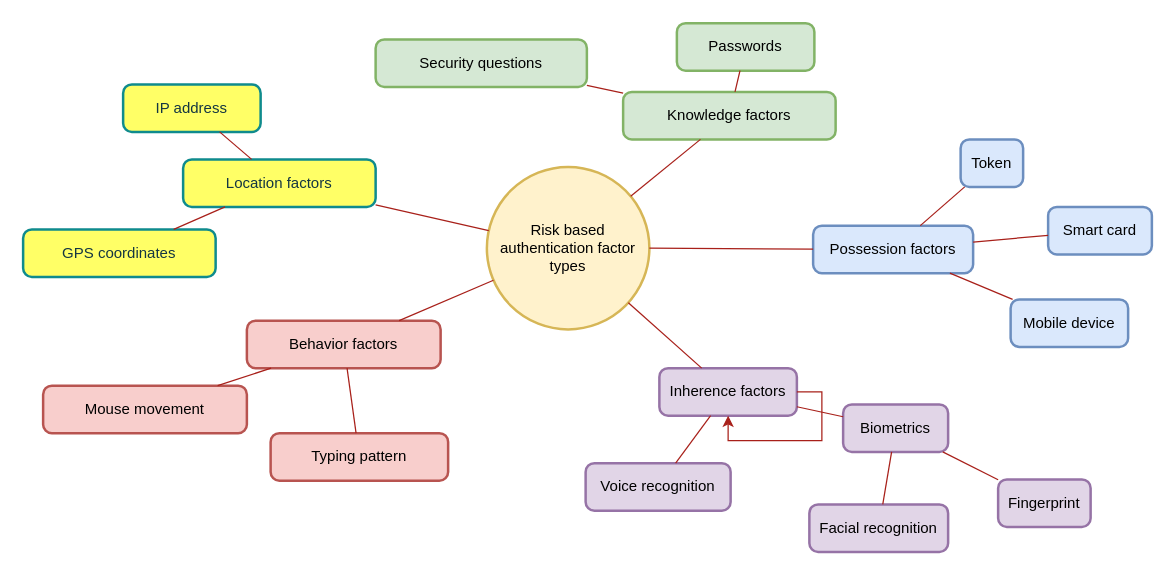
The draw.io diagram AthenticationFactors.drawio in James-Tye/james-tye, before the edit. Source tidied: cells renumbered, new cells numbered last; positions are measured from the earlier drawing's top-left corner, leaving out a move shared by most shapes. Both pictures are drawn from the tidied source at 125%, with x=0, y=0 at pixel (22, 22).
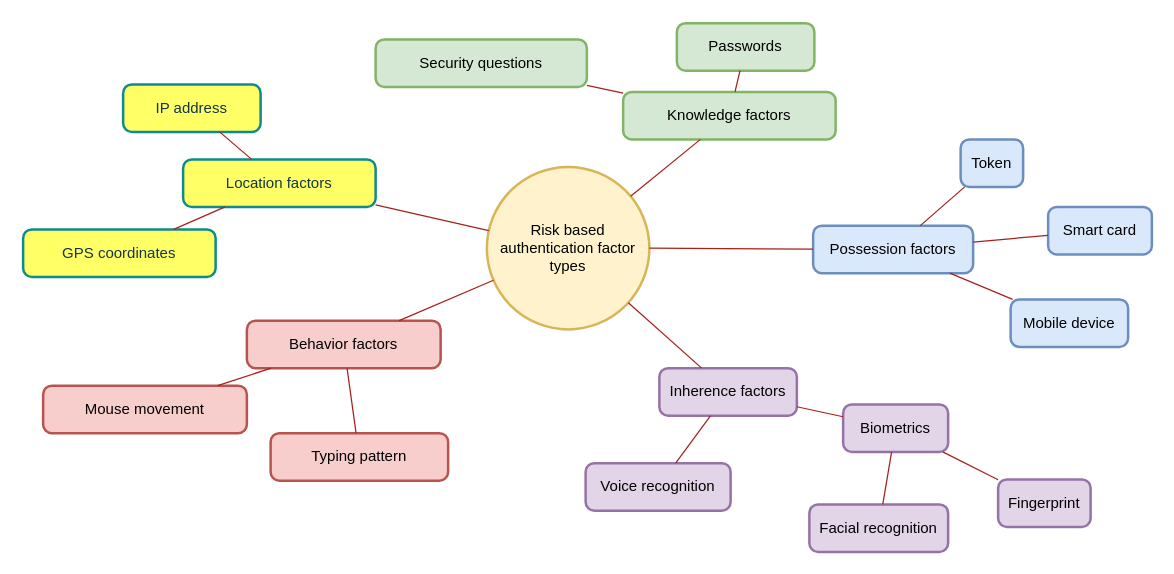
The same diagram, later.

Commit message:
Removed bad line

The change refers to these unchanged cells:
```xml
<mxCell id="10" value="Inherence factors" style="rounded=1;absoluteArcSize=1;arcSize=14;whiteSpace=wrap;strokeWidth=2;labelBackgroundColor=none;fillColor=#e1d5e7;strokeColor=#9673a6;" parent="1" vertex="1">
  <mxGeometry x="509" y="276" width="110" height="38" as="geometry" />
</mxCell>
```

Change to the diagram source:
```diff
@@
-    <mxCell id="39" style="edgeStyle=orthogonalEdgeStyle;rounded=0;orthogonalLoop=1;jettySize=auto;html=1;exitX=1;exitY=0.5;exitDx=0;exitDy=0;strokeColor=#A8201A;fontColor=#143642;fillColor=#FAE5C7;" parent="1" edge="1" source="10" target="10">
-      <mxGeometry relative="1" as="geometry" />
-    </mxCell>
```
